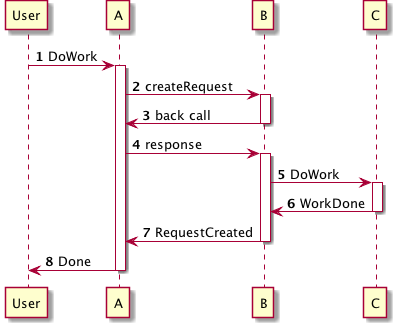
ede73/diagrammer keeps this PlantUML diagram as ref/plantuml_sequence/plantuml_context2_plantuml_sequence.png. Above is the earlier version.
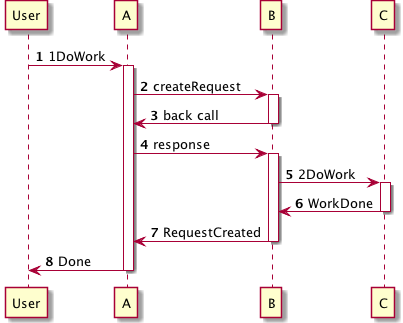
After the change.

What changed in the source:
```diff
@@ -4,7 +4,7 @@
   participant  A
   participant  B
   participant  C
-  User->A:DoWork
+  User->A:1DoWork
   activate A
   A->B:createRequest
   activate B
@@ -12,7 +12,7 @@
   deactivate B
   A->B:response
   activate B
-  B->C:DoWork
+  B->C:2DoWork
   activate C
   C->B:WorkDone
   deactivate C
```
